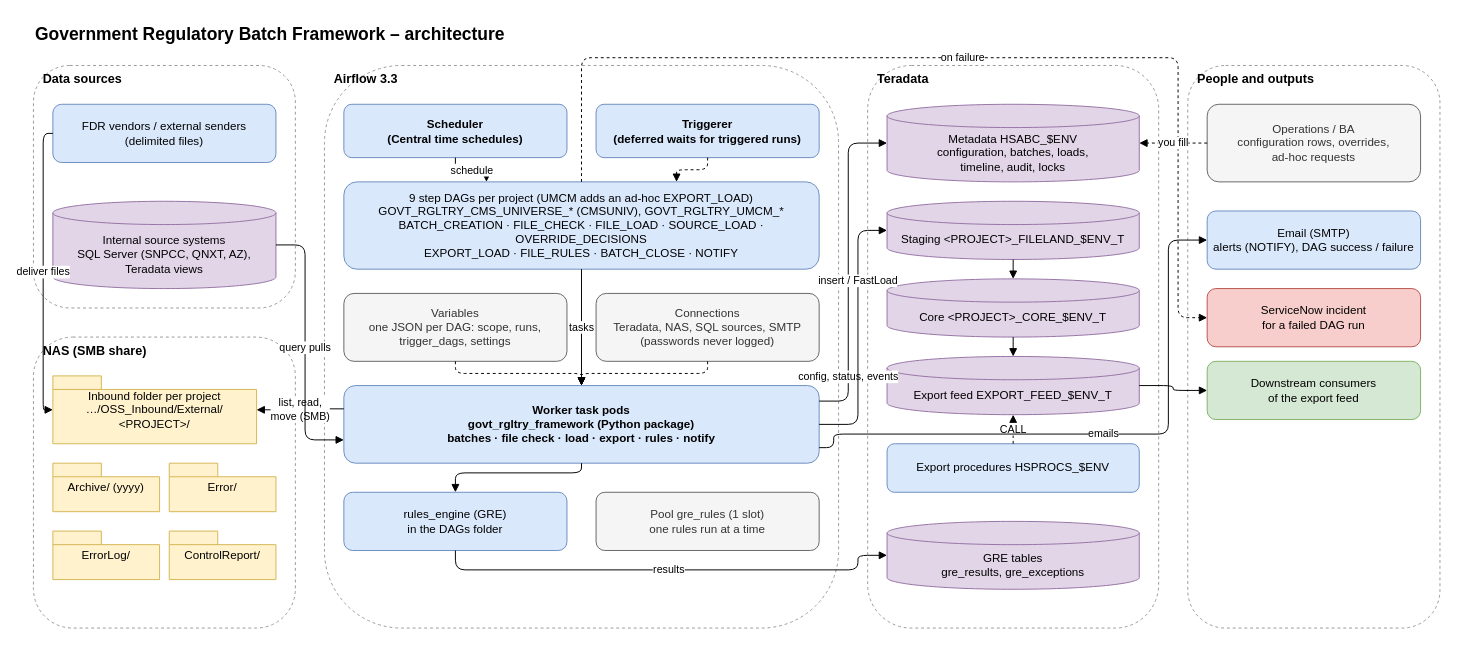
Earlier version of the draw.io diagram airflow_resources/docs/diagrams/pages/01_architecture.drawio (trinathgundavaram/framework). Source tidied: cells renumbered, new cells numbered last; positions are measured from the earlier drawing's top-left corner, leaving out a move shared by most shapes. Both pictures are drawn from the tidied source at 97%, with x=0, y=0 at pixel (33, 16).
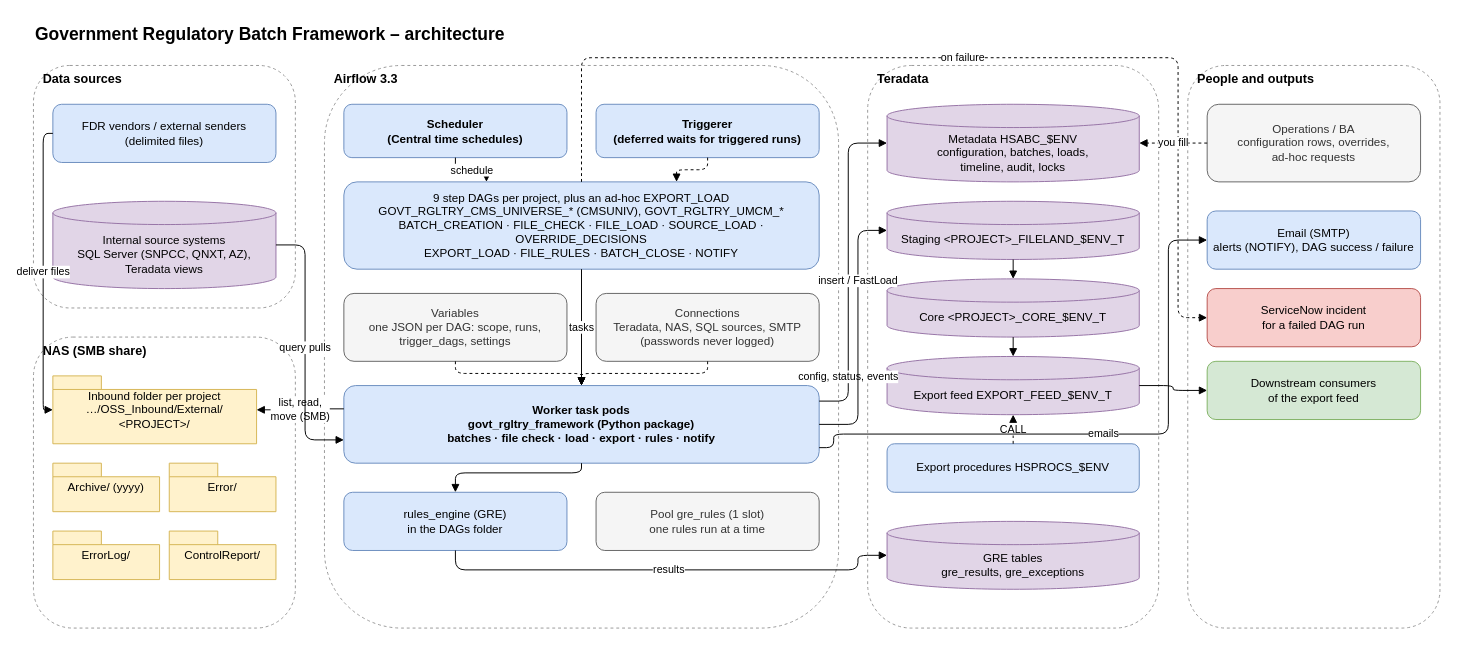
Above is the later version.

What changed in the source:
```diff
@@
-    <mxCell id="15" value="9 step DAGs per project (UMCM adds an ad-hoc EXPORT_LOAD)&lt;br&gt;GOVT_RGLTRY_CMS_UNIVERSE_* (CMSUNIV), GOVT_RGLTRY_UMCM_*&lt;br&gt;BATCH_CREATION · FILE_CHECK · FILE_LOAD · SOURCE_LOAD · OVERRIDE_DECISIONS&lt;br&gt;EXPORT_LOAD · FILE_RULES · BATCH_CLOSE · NOTIFY" style="rounded=1;whiteSpace=wrap;html=1;fillColor=#dae8fc;strokeColor=#6c8ebf;" parent="1" vertex="1">
+    <mxCell id="15" value="9 step DAGs per project, plus an ad-hoc EXPORT_LOAD&lt;br&gt;GOVT_RGLTRY_CMS_UNIVERSE_* (CMSUNIV), GOVT_RGLTRY_UMCM_*&lt;br&gt;BATCH_CREATION · FILE_CHECK · FILE_LOAD · SOURCE_LOAD · OVERRIDE_DECISIONS&lt;br&gt;EXPORT_LOAD · FILE_RULES · BATCH_CLOSE · NOTIFY" style="rounded=1;whiteSpace=wrap;html=1;fillColor=#dae8fc;strokeColor=#6c8ebf;" parent="1" vertex="1">
       <mxGeometry x="320" y="170" width="490" height="90" as="geometry" />
     </mxCell>
```
